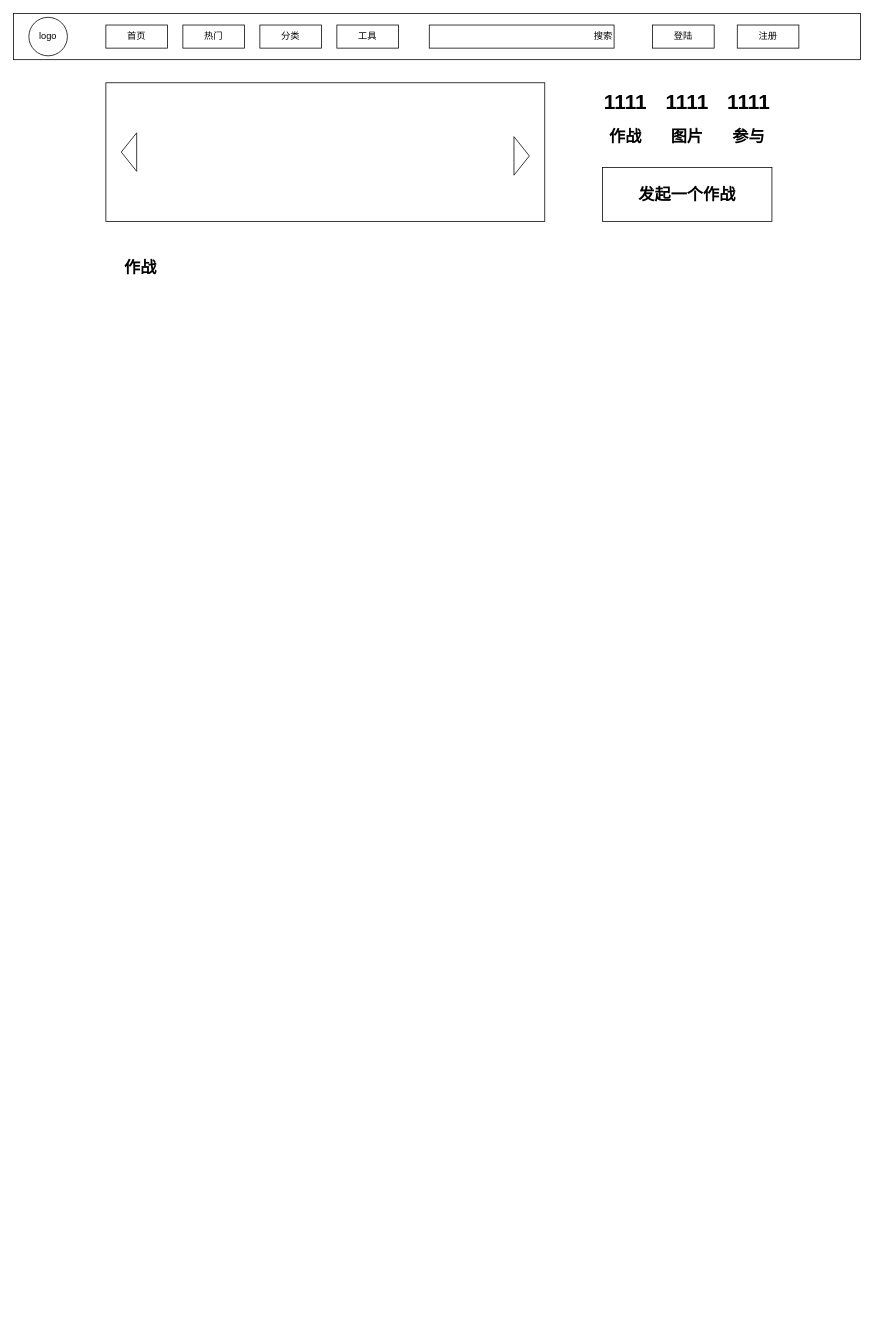
Before: page "Page-6" (8 of 8) of gif.drawio in goldmine/base, a draw.io diagram. Source tidied: cells renumbered, new cells numbered last; positions are measured from the earlier drawing's top-left corner, leaving out a move shared by most shapes. Both pictures are drawn from the tidied source at 77%, with x=0, y=0 at pixel (13, 13). Pictures stored in the file or linked from it are replaced by grey dashed boxes.
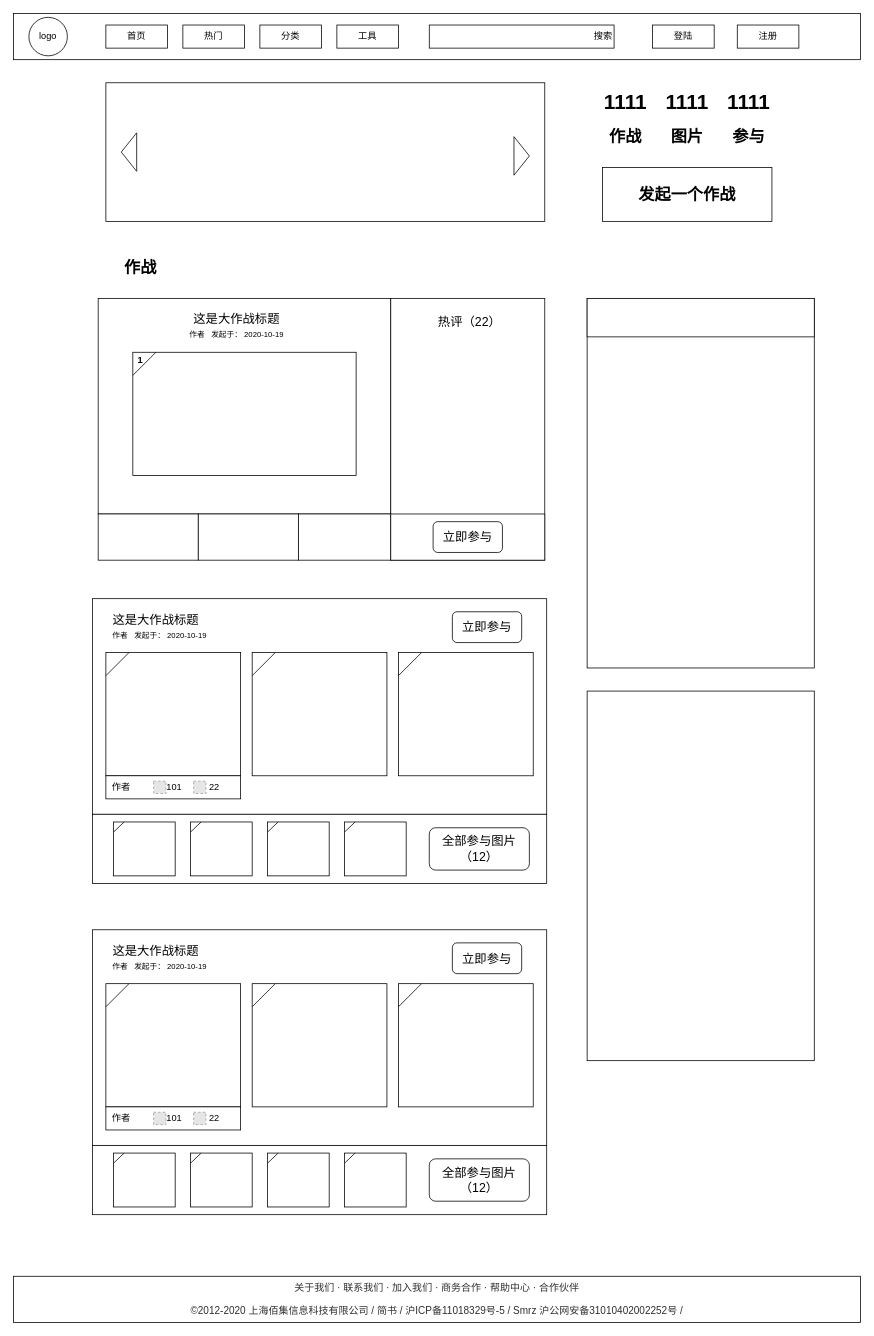
The same diagram, later.

Diff of the diagram source:
```diff
@@
+    <mxCell id="23" style="group;" parent="1" vertex="1">
+      <mxGeometry x="310" y="830" width="382.5" height="210" as="geometry" />
+    </mxCell>
+    <mxCell id="24" style="rounded=0;whiteSpace=wrap;html=1;" parent="23" vertex="1">
+      <mxGeometry x="-207.5" y="-70" width="590" height="280" as="geometry" />
+    </mxCell>
+    <mxCell id="25" style="rounded=0;whiteSpace=wrap;html=1;fontSize=16;" parent="23" vertex="1">
+      <mxGeometry width="175" height="160" as="geometry" />
+    </mxCell>
+    <mxCell id="26" style="endArrow=none;html=1;fontSize=12;" parent="23" edge="1">
+      <mxGeometry relative="1" as="geometry">
+        <mxPoint y="30" as="sourcePoint" />
+        <mxPoint x="30" as="targetPoint" />
+      </mxGeometry>
+    </mxCell>
@@
+    <mxCell id="27" value="&lt;div&gt;&lt;font color=&quot;#2f2f2f&quot;&gt;&lt;span style=&quot;font-size: 13px&quot;&gt;关于我们 · 联系我们 · 加入我们 · 商务合作 · 帮助中心 · 合作伙伴&lt;/span&gt;&lt;/font&gt;&lt;/div&gt;&lt;div&gt;&lt;font color=&quot;#2f2f2f&quot;&gt;&lt;span style=&quot;font-size: 13px&quot;&gt;&lt;br&gt;&lt;/span&gt;&lt;/font&gt;&lt;/div&gt;&lt;div&gt;&lt;font color=&quot;#2f2f2f&quot;&gt;&lt;span style=&quot;font-size: 13px&quot;&gt;©2012-2020 上海佰集信息科技有限公司 / 简书 / 沪ICP备11018329号-5 / Smrz 沪公网安备31010402002252号 /&lt;/span&gt;&lt;/font&gt;&lt;/div&gt;" style="rounded=0;whiteSpace=wrap;html=1;" parent="1" vertex="1">
+      <mxGeometry y="1640" width="1100" height="60" as="geometry" />
+    </mxCell>
+    <mxCell id="28" style="rounded=0;whiteSpace=wrap;html=1;" parent="1" vertex="1">
+      <mxGeometry x="110" y="370" width="380" height="280" as="geometry" />
+    </mxCell>
+    <mxCell id="29" style="rounded=0;whiteSpace=wrap;html=1;" parent="1" vertex="1">
+      <mxGeometry x="490" y="370" width="200" height="340" as="geometry" />
+    </mxCell>
+    <mxCell id="30" value="热评（22）" style="text;html=1;strokeColor=none;fillColor=none;align=center;verticalAlign=middle;whiteSpace=wrap;rounded=0;fontSize=16;" parent="1" vertex="1">
+      <mxGeometry x="535" y="390" width="115" height="20" as="geometry" />
+    </mxCell>
+    <mxCell id="31" style="rounded=0;whiteSpace=wrap;html=1;fontSize=16;" parent="1" vertex="1">
+      <mxGeometry x="155" y="440" width="290" height="160" as="geometry" />
+    </mxCell>
+    <mxCell id="32" value="这是大作战标题" style="text;html=1;strokeColor=none;fillColor=none;align=center;verticalAlign=middle;whiteSpace=wrap;rounded=0;fontSize=16;" parent="1" vertex="1">
+      <mxGeometry x="225" y="387" width="130" height="20" as="geometry" />
+    </mxCell>
+    <mxCell id="33" style="rounded=0;whiteSpace=wrap;html=1;fontSize=16;" parent="1" vertex="1">
+      <mxGeometry x="110" y="650" width="130" height="60" as="geometry" />
+    </mxCell>
+    <mxCell id="34" style="rounded=0;whiteSpace=wrap;html=1;fontSize=16;" parent="1" vertex="1">
+      <mxGeometry x="240" y="650" width="130" height="60" as="geometry" />
+    </mxCell>
+    <mxCell id="35" style="rounded=0;whiteSpace=wrap;html=1;fontSize=16;" parent="1" vertex="1">
+      <mxGeometry x="370" y="650" width="120" height="60" as="geometry" />
+    </mxCell>
+    <mxCell id="36" style="rounded=0;whiteSpace=wrap;html=1;fontSize=16;" parent="1" vertex="1">
+      <mxGeometry x="490" y="650" width="200" height="60" as="geometry" />
+    </mxCell>
+    <mxCell id="37" value="立即参与" style="rounded=1;whiteSpace=wrap;html=1;fontSize=16;" parent="1" vertex="1">
+      <mxGeometry x="545" y="660" width="90" height="40" as="geometry" />
+    </mxCell>
+    <mxCell id="38" value="&lt;font style=&quot;font-size: 10px&quot;&gt;作者&amp;nbsp; &amp;nbsp;发起于： 2020-10-19&lt;/font&gt;" style="text;html=1;strokeColor=none;fillColor=none;align=center;verticalAlign=middle;whiteSpace=wrap;rounded=0;fontSize=12;" parent="1" vertex="1">
+      <mxGeometry x="200" y="407" width="180" height="20" as="geometry" />
+    </mxCell>
+    <mxCell id="39" value="1" style="text;html=1;strokeColor=none;fillColor=none;align=center;verticalAlign=middle;whiteSpace=wrap;rounded=0;fontSize=12;fontStyle=1;" parent="1" vertex="1">
+      <mxGeometry x="145" y="440" width="40" height="20" as="geometry" />
+    </mxCell>
+    <mxCell id="40" style="endArrow=none;html=1;fontSize=12;" parent="1" edge="1">
+      <mxGeometry relative="1" as="geometry">
+        <mxPoint x="155" y="470" as="sourcePoint" />
+        <mxPoint x="185" y="440" as="targetPoint" />
+      </mxGeometry>
+    </mxCell>
+    <mxCell id="41" value="这是大作战标题" style="text;html=1;strokeColor=none;fillColor=none;align=center;verticalAlign=middle;whiteSpace=wrap;rounded=0;fontSize=16;" parent="1" vertex="1">
+      <mxGeometry x="120" y="777" width="130" height="20" as="geometry" />
+    </mxCell>
+    <mxCell id="42" value="&lt;font style=&quot;font-size: 10px&quot;&gt;作者&amp;nbsp; &amp;nbsp;发起于： 2020-10-19&lt;/font&gt;" style="text;html=1;strokeColor=none;fillColor=none;align=center;verticalAlign=middle;whiteSpace=wrap;rounded=0;fontSize=12;" parent="1" vertex="1">
+      <mxGeometry x="100" y="797" width="180" height="20" as="geometry" />
+    </mxCell>
+    <mxCell id="43" style="group;" parent="1" vertex="1">
+      <mxGeometry x="120" y="830" width="175" height="160" as="geometry" />
+    </mxCell>
+    <mxCell id="44" style="rounded=0;whiteSpace=wrap;html=1;fontSize=16;" parent="43" vertex="1">
+      <mxGeometry width="175" height="160" as="geometry" />
+    </mxCell>
+    <mxCell id="45" style="endArrow=none;html=1;fontSize=12;" parent="43" edge="1">
+      <mxGeometry relative="1" as="geometry">
+        <mxPoint y="30" as="sourcePoint" />
+        <mxPoint x="30" as="targetPoint" />
+      </mxGeometry>
+    </mxCell>
+    <mxCell id="46" style="group;" parent="1" vertex="1">
+      <mxGeometry x="500" y="830" width="175" height="160" as="geometry" />
+    </mxCell>
+    <mxCell id="47" style="rounded=0;whiteSpace=wrap;html=1;fontSize=16;" parent="46" vertex="1">
+      <mxGeometry width="175" height="160" as="geometry" />
+    </mxCell>
+    <mxCell id="48" style="endArrow=none;html=1;fontSize=12;" parent="46" edge="1">
+      <mxGeometry relative="1" as="geometry">
+        <mxPoint y="30" as="sourcePoint" />
+        <mxPoint x="30" as="targetPoint" />
+      </mxGeometry>
+    </mxCell>
+    <mxCell id="49" value="立即参与" style="rounded=1;whiteSpace=wrap;html=1;fontSize=16;" parent="1" vertex="1">
+      <mxGeometry x="570" y="777" width="90" height="40" as="geometry" />
+    </mxCell>
+    <mxCell id="50" style="group;" parent="1" vertex="1">
+      <mxGeometry x="100" y="760" width="590" height="280" as="geometry" />
+    </mxCell>
+    <mxCell id="51" style="rounded=0;whiteSpace=wrap;html=1;fontSize=12;" parent="50" vertex="1">
+      <mxGeometry x="20" y="230" width="175" height="30" as="geometry" />
+    </mxCell>
+    <mxCell id="52" value="作者" style="text;html=1;strokeColor=none;fillColor=none;align=center;verticalAlign=middle;whiteSpace=wrap;rounded=0;fontSize=12;" parent="50" vertex="1">
+      <mxGeometry x="20" y="235" width="40" height="20" as="geometry" />
+    </mxCell>
+    <mxCell id="53" style="fillColor=#E6E6E6;strokeColor=#999999;dashed=1;html=1;verticalAlign=top;verticalLabelPosition=bottom;labelBackgroundColor=#ffffff;fontSize=12;" parent="50" vertex="1">
+      <mxGeometry x="82" y="237" width="16" height="16" as="geometry" />
+    </mxCell>
+    <mxCell id="54" value="101" style="text;html=1;strokeColor=none;fillColor=none;align=center;verticalAlign=middle;whiteSpace=wrap;rounded=0;fontSize=12;" parent="50" vertex="1">
+      <mxGeometry x="98" y="235" width="22" height="20" as="geometry" />
+    </mxCell>
+    <mxCell id="55" style="fillColor=#E6E6E6;strokeColor=#999999;dashed=1;html=1;verticalAlign=top;verticalLabelPosition=bottom;labelBackgroundColor=#ffffff;fontSize=12;" parent="50" vertex="1">
+      <mxGeometry x="134" y="237" width="16" height="16" as="geometry" />
+    </mxCell>
+    <mxCell id="56" value="22" style="text;html=1;strokeColor=none;fillColor=none;align=center;verticalAlign=middle;whiteSpace=wrap;rounded=0;fontSize=12;" parent="50" vertex="1">
+      <mxGeometry x="150" y="235" width="22" height="20" as="geometry" />
+    </mxCell>
+    <mxCell id="57" style="rounded=0;whiteSpace=wrap;html=1;fontSize=12;" parent="1" vertex="1">
+      <mxGeometry x="102.5" y="1040" width="590" height="90" as="geometry" />
+    </mxCell>
+    <mxCell id="58" style="group;" parent="1" vertex="1">
+      <mxGeometry x="130" y="1050" width="80" height="70" as="geometry" />
+    </mxCell>
+    <mxCell id="59" style="rounded=0;whiteSpace=wrap;html=1;fontSize=16;" parent="58" vertex="1">
+      <mxGeometry width="80" height="70" as="geometry" />
+    </mxCell>
+    <mxCell id="60" style="endArrow=none;html=1;fontSize=12;" parent="58" edge="1">
+      <mxGeometry relative="1" as="geometry">
+        <mxPoint y="13.1" as="sourcePoint" />
+        <mxPoint x="13.7" as="targetPoint" />
+      </mxGeometry>
+    </mxCell>
+    <mxCell id="61" style="group;" parent="1" vertex="1">
+      <mxGeometry x="230" y="1050" width="80" height="70" as="geometry" />
+    </mxCell>
+    <mxCell id="62" style="rounded=0;whiteSpace=wrap;html=1;fontSize=16;" parent="61" vertex="1">
+      <mxGeometry width="80" height="70" as="geometry" />
+    </mxCell>
+    <mxCell id="63" style="endArrow=none;html=1;fontSize=12;" parent="61" edge="1">
+      <mxGeometry relative="1" as="geometry">
+        <mxPoint y="13.1" as="sourcePoint" />
+        <mxPoint x="13.7" as="targetPoint" />
+      </mxGeometry>
+    </mxCell>
+    <mxCell id="64" style="group;" parent="1" vertex="1">
+      <mxGeometry x="330" y="1050" width="80" height="70" as="geometry" />
+    </mxCell>
+    <mxCell id="65" style="rounded=0;whiteSpace=wrap;html=1;fontSize=16;" parent="64" vertex="1">
+      <mxGeometry width="80" height="70" as="geometry" />
+    </mxCell>
+    <mxCell id="66" style="endArrow=none;html=1;fontSize=12;" parent="64" edge="1">
+      <mxGeometry relative="1" as="geometry">
+        <mxPoint y="13.1" as="sourcePoint" />
+        <mxPoint x="13.7" as="targetPoint" />
+      </mxGeometry>
+    </mxCell>
+    <mxCell id="67" style="group;" parent="1" vertex="1">
+      <mxGeometry x="430" y="1050" width="80" height="70" as="geometry" />
+    </mxCell>
+    <mxCell id="68" style="rounded=0;whiteSpace=wrap;html=1;fontSize=16;" parent="67" vertex="1">
+      <mxGeometry width="80" height="70" as="geometry" />
+    </mxCell>
+    <mxCell id="69" style="endArrow=none;html=1;fontSize=12;" parent="67" edge="1">
+      <mxGeometry relative="1" as="geometry">
+        <mxPoint y="13.1" as="sourcePoint" />
+        <mxPoint x="13.7" as="targetPoint" />
+      </mxGeometry>
+    </mxCell>
+    <mxCell id="70" value="全部参与图片（12）" style="rounded=1;whiteSpace=wrap;html=1;fontSize=16;" parent="1" vertex="1">
+      <mxGeometry x="540" y="1057.5" width="130" height="55" as="geometry" />
+    </mxCell>
+    <mxCell id="71" style="rounded=0;whiteSpace=wrap;html=1;fontSize=12;" parent="1" vertex="1">
+      <mxGeometry x="745" y="370" width="295" height="480" as="geometry" />
+    </mxCell>
+    <mxCell id="72" style="group;" parent="1" vertex="1">
+      <mxGeometry x="310" y="1260" width="382.5" height="210" as="geometry" />
+    </mxCell>
+    <mxCell id="73" style="rounded=0;whiteSpace=wrap;html=1;" parent="72" vertex="1">
+      <mxGeometry x="-207.5" y="-70" width="590" height="280" as="geometry" />
+    </mxCell>
+    <mxCell id="74" style="rounded=0;whiteSpace=wrap;html=1;fontSize=16;" parent="72" vertex="1">
+      <mxGeometry width="175" height="160" as="geometry" />
+    </mxCell>
+    <mxCell id="75" style="endArrow=none;html=1;fontSize=12;" parent="72" edge="1">
+      <mxGeometry relative="1" as="geometry">
+        <mxPoint y="30" as="sourcePoint" />
+        <mxPoint x="30" as="targetPoint" />
+      </mxGeometry>
+    </mxCell>
+    <mxCell id="76" value="这是大作战标题" style="text;html=1;strokeColor=none;fillColor=none;align=center;verticalAlign=middle;whiteSpace=wrap;rounded=0;fontSize=16;" parent="1" vertex="1">
+      <mxGeometry x="120" y="1207" width="130" height="20" as="geometry" />
+    </mxCell>
+    <mxCell id="77" value="&lt;font style=&quot;font-size: 10px&quot;&gt;作者&amp;nbsp; &amp;nbsp;发起于： 2020-10-19&lt;/font&gt;" style="text;html=1;strokeColor=none;fillColor=none;align=center;verticalAlign=middle;whiteSpace=wrap;rounded=0;fontSize=12;" parent="1" vertex="1">
+      <mxGeometry x="100" y="1227" width="180" height="20" as="geometry" />
+    </mxCell>
+    <mxCell id="78" style="group;" parent="1" vertex="1">
+      <mxGeometry x="120" y="1260" width="175" height="160" as="geometry" />
+    </mxCell>
+    <mxCell id="79" style="rounded=0;whiteSpace=wrap;html=1;fontSize=16;" parent="78" vertex="1">
+      <mxGeometry width="175" height="160" as="geometry" />
+    </mxCell>
+    <mxCell id="80" style="endArrow=none;html=1;fontSize=12;" parent="78" edge="1">
+      <mxGeometry relative="1" as="geometry">
+        <mxPoint y="30" as="sourcePoint" />
+        <mxPoint x="30" as="targetPoint" />
+      </mxGeometry>
+    </mxCell>
+    <mxCell id="81" style="group;" parent="1" vertex="1">
+      <mxGeometry x="500" y="1260" width="175" height="160" as="geometry" />
+    </mxCell>
+    <mxCell id="82" style="rounded=0;whiteSpace=wrap;html=1;fontSize=16;" parent="81" vertex="1">
+      <mxGeometry width="175" height="160" as="geometry" />
+    </mxCell>
+    <mxCell id="83" style="endArrow=none;html=1;fontSize=12;" parent="81" edge="1">
+      <mxGeometry relative="1" as="geometry">
+        <mxPoint y="30" as="sourcePoint" />
+        <mxPoint x="30" as="targetPoint" />
+      </mxGeometry>
+    </mxCell>
+    <mxCell id="84" value="立即参与" style="rounded=1;whiteSpace=wrap;html=1;fontSize=16;" parent="1" vertex="1">
+      <mxGeometry x="570" y="1207" width="90" height="40" as="geometry" />
+    </mxCell>
+    <mxCell id="85" style="group;" parent="1" vertex="1">
+      <mxGeometry x="100" y="1190" width="590" height="280" as="geometry" />
+    </mxCell>
+    <mxCell id="86" style="rounded=0;whiteSpace=wrap;html=1;fontSize=12;" parent="85" vertex="1">
+      <mxGeometry x="20" y="230" width="175" height="30" as="geometry" />
+    </mxCell>
+    <mxCell id="87" value="作者" style="text;html=1;strokeColor=none;fillColor=none;align=center;verticalAlign=middle;whiteSpace=wrap;rounded=0;fontSize=12;" parent="85" vertex="1">
+      <mxGeometry x="20" y="235" width="40" height="20" as="geometry" />
+    </mxCell>
+    <mxCell id="88" style="fillColor=#E6E6E6;strokeColor=#999999;dashed=1;html=1;verticalAlign=top;verticalLabelPosition=bottom;labelBackgroundColor=#ffffff;fontSize=12;" parent="85" vertex="1">
+      <mxGeometry x="82" y="237" width="16" height="16" as="geometry" />
+    </mxCell>
+    <mxCell id="89" value="101" style="text;html=1;strokeColor=none;fillColor=none;align=center;verticalAlign=middle;whiteSpace=wrap;rounded=0;fontSize=12;" parent="85" vertex="1">
+      <mxGeometry x="98" y="235" width="22" height="20" as="geometry" />
+    </mxCell>
+    <mxCell id="90" style="fillColor=#E6E6E6;strokeColor=#999999;dashed=1;html=1;verticalAlign=top;verticalLabelPosition=bottom;labelBackgroundColor=#ffffff;fontSize=12;" parent="85" vertex="1">
+      <mxGeometry x="134" y="237" width="16" height="16" as="geometry" />
+    </mxCell>
+    <mxCell id="91" value="22" style="text;html=1;strokeColor=none;fillColor=none;align=center;verticalAlign=middle;whiteSpace=wrap;rounded=0;fontSize=12;" parent="85" vertex="1">
+      <mxGeometry x="150" y="235" width="22" height="20" as="geometry" />
+    </mxCell>
+    <mxCell id="92" style="rounded=0;whiteSpace=wrap;html=1;fontSize=12;" parent="1" vertex="1">
+      <mxGeometry x="102.5" y="1470" width="590" height="90" as="geometry" />
+    </mxCell>
+    <mxCell id="93" style="group;" parent="1" vertex="1">
+      <mxGeometry x="130" y="1480" width="80" height="70" as="geometry" />
+    </mxCell>
+    <mxCell id="94" style="rounded=0;whiteSpace=wrap;html=1;fontSize=16;" parent="93" vertex="1">
+      <mxGeometry width="80" height="70" as="geometry" />
+    </mxCell>
+    <mxCell id="95" style="endArrow=none;html=1;fontSize=12;" parent="93" edge="1">
+      <mxGeometry relative="1" as="geometry">
+        <mxPoint y="13.1" as="sourcePoint" />
+        <mxPoint x="13.7" as="targetPoint" />
+      </mxGeometry>
+    </mxCell>
+    <mxCell id="96" style="group;" parent="1" vertex="1">
+      <mxGeometry x="230" y="1480" width="80" height="70" as="geometry" />
+    </mxCell>
+    <mxCell id="97" style="rounded=0;whiteSpace=wrap;html=1;fontSize=16;" parent="96" vertex="1">
+      <mxGeometry width="80" height="70" as="geometry" />
+    </mxCell>
+    <mxCell id="98" style="endArrow=none;html=1;fontSize=12;" parent="96" edge="1">
+      <mxGeometry relative="1" as="geometry">
+        <mxPoint y="13.1" as="sourcePoint" />
+        <mxPoint x="13.7" as="targetPoint" />
+      </mxGeometry>
+    </mxCell>
+    <mxCell id="99" style="group;" parent="1" vertex="1">
+      <mxGeometry x="330" y="1480" width="80" height="70" as="geometry" />
+    </mxCell>
+    <mxCell id="100" style="rounded=0;whiteSpace=wrap;html=1;fontSize=16;" parent="99" vertex="1">
+      <mxGeometry width="80" height="70" as="geometry" />
+    </mxCell>
+    <mxCell id="101" style="endArrow=none;html=1;fontSize=12;" parent="99" edge="1">
+      <mxGeometry relative="1" as="geometry">
+        <mxPoint y="13.1" as="sourcePoint" />
+        <mxPoint x="13.7" as="targetPoint" />
+      </mxGeometry>
+    </mxCell>
+    <mxCell id="102" style="group;" parent="1" vertex="1">
+      <mxGeometry x="430" y="1480" width="80" height="70" as="geometry" />
+    </mxCell>
+    <mxCell id="103" style="rounded=0;whiteSpace=wrap;html=1;fontSize=16;" parent="102" vertex="1">
+      <mxGeometry width="80" height="70" as="geometry" />
+    </mxCell>
+    <mxCell id="104" style="endArrow=none;html=1;fontSize=12;" parent="102" edge="1">
+      <mxGeometry relative="1" as="geometry">
+        <mxPoint y="13.1" as="sourcePoint" />
+        <mxPoint x="13.7" as="targetPoint" />
+      </mxGeometry>
+    </mxCell>
+    <mxCell id="105" value="全部参与图片（12）" style="rounded=1;whiteSpace=wrap;html=1;fontSize=16;" parent="1" vertex="1">
+      <mxGeometry x="540" y="1487.5" width="130" height="55" as="geometry" />
+    </mxCell>
+    <mxCell id="106" style="rounded=0;whiteSpace=wrap;html=1;fontSize=12;" parent="1" vertex="1">
+      <mxGeometry x="745" y="880" width="295" height="480" as="geometry" />
+    </mxCell>
+    <mxCell id="107" style="rounded=0;whiteSpace=wrap;html=1;fontSize=12;" parent="1" vertex="1">
+      <mxGeometry x="745" y="370" width="295" height="50" as="geometry" />
+    </mxCell>
```
